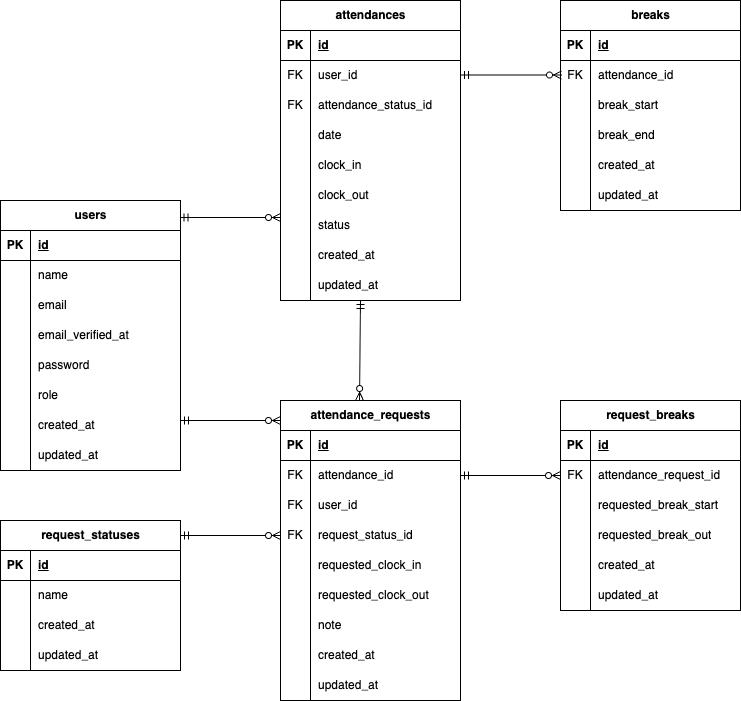
YumiOotake/Attendance-Management-test keeps this draw.io diagram as docs/er.drawio.png. Above is the earlier version. Source tidied: cells renumbered, new cells last; positions are measured from the earlier drawing's top-left corner, leaving out a move shared by most shapes.
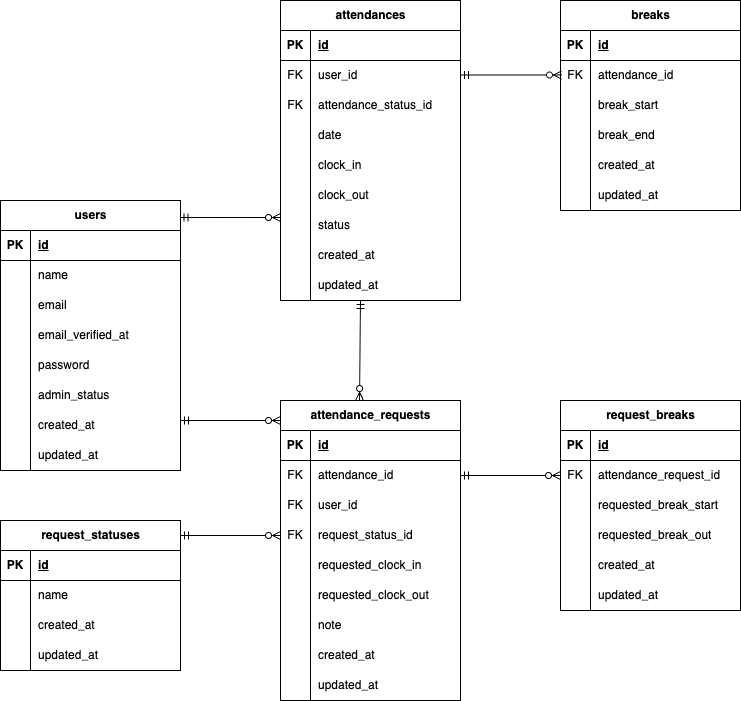
The same file after the commit.

What changed in the source:
```diff
@@ -56,7 +56,7 @@
     <mxCell id="19" style="shape=partialRectangle;fillColor=none;top=0;left=0;bottom=0;right=0;overflow=hidden;whiteSpace=wrap;html=1;" parent="18" vertex="1">
       <mxGeometry width="30" height="30" as="geometry" />
     </mxCell>
-    <mxCell id="20" value="role" style="shape=partialRectangle;fillColor=none;top=0;left=0;bottom=0;right=0;align=left;spacingLeft=6;overflow=hidden;whiteSpace=wrap;html=1;" parent="18" vertex="1">
+    <mxCell id="20" value="admin_status" style="shape=partialRectangle;fillColor=none;top=0;left=0;bottom=0;right=0;align=left;spacingLeft=6;overflow=hidden;whiteSpace=wrap;html=1;" parent="18" vertex="1">
       <mxGeometry x="30" width="150" height="30" as="geometry" />
     </mxCell>
     <mxCell id="21" style="shape=tableRow;horizontal=0;startSize=0;swimlaneHead=0;swimlaneBody=0;fillColor=none;top=0;left=0;right=0;bottom=0;" parent="2" vertex="1">
```
